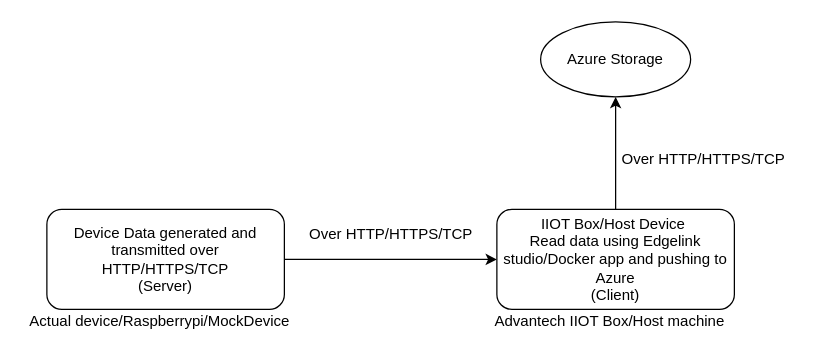
Above: Untitled Diagram.drawio in shangarnithi/drawio (draw.io), before the change. Source tidied: cells renumbered, new cells numbered last; positions are measured from the earlier drawing's top-left corner, leaving out a move shared by most shapes. Both pictures are drawn from the tidied source at 125%, with x=0, y=0 at pixel (21, 21).
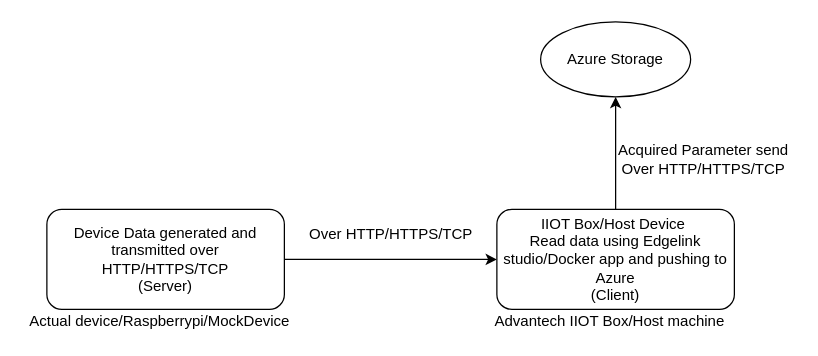
The same page after the edit.

Change to the diagram source:
```diff
@@
 <mxGraphModel>
   <root>
     <mxCell id="0" />
     <mxCell id="1" parent="0" />
     <mxCell id="2" style="edgeStyle=orthogonalEdgeStyle;rounded=0;jettySize=auto;html=1;" parent="1" edge="1" source="3" target="6">
       <mxGeometry relative="1" as="geometry" />
     </mxCell>
     <mxCell id="3" value="Device Data generated and transmitted over HTTP/HTTPS/TCP&lt;br&gt;(Server)" style="rounded=1;whiteSpace=wrap;html=1;" parent="1" vertex="1">
       <mxGeometry x="20" y="150" width="190" height="80" as="geometry" />
     </mxCell>
     <mxCell id="4" value="Actual device/Raspberrypi/MockDevice" style="text;html=1;align=center;verticalAlign=middle;strokeColor=none;fillColor=none;" parent="1" vertex="1">
       <mxGeometry y="230" width="220" height="20" as="geometry" />
     </mxCell>
     <mxCell id="5" style="edgeStyle=orthogonalEdgeStyle;rounded=0;jettySize=auto;html=1;" parent="1" edge="1" source="6" target="8">
       <mxGeometry relative="1" as="geometry" />
     </mxCell>
     <mxCell id="6" value="IIOT Box/Host Device&amp;nbsp;&lt;br&gt;Read data using Edgelink studio/Docker app and pushing to Azure&lt;br&gt;(Client)" style="rounded=1;whiteSpace=wrap;html=1;" parent="1" vertex="1">
       <mxGeometry x="380" y="150" width="190" height="80" as="geometry" />
     </mxCell>
     <mxCell id="7" value="Over HTTP/HTTPS/TCP" style="text;html=1;align=center;verticalAlign=middle;strokeColor=none;fillColor=none;" parent="1" vertex="1">
       <mxGeometry x="220" y="160" width="150" height="20" as="geometry" />
     </mxCell>
     <mxCell id="8" value="Azure Storage" style="ellipse;whiteSpace=wrap;html=1;rounded=1;" parent="1" vertex="1">
       <mxGeometry x="415" width="120" height="60" as="geometry" />
     </mxCell>
-    <mxCell id="9" value="Over HTTP/HTTPS/TCP" style="text;html=1;align=center;verticalAlign=middle;strokeColor=none;fillColor=none;" parent="1" vertex="1">
-      <mxGeometry x="470" y="100" width="150" height="20" as="geometry" />
+    <mxCell id="9" value="Acquired Parameter send&lt;br&gt;Over HTTP/HTTPS/TCP" style="text;html=1;align=center;verticalAlign=middle;strokeColor=none;fillColor=none;" parent="1" vertex="1">
+      <mxGeometry x="470" y="95" width="150" height="30" as="geometry" />
     </mxCell>
     <mxCell id="10" value="Advantech IIOT Box/Host machine" style="text;html=1;align=center;verticalAlign=middle;strokeColor=none;fillColor=none;" parent="1" vertex="1">
       <mxGeometry x="370" y="230" width="200" height="20" as="geometry" />
     </mxCell>
   </root>
 </mxGraphModel>
```
